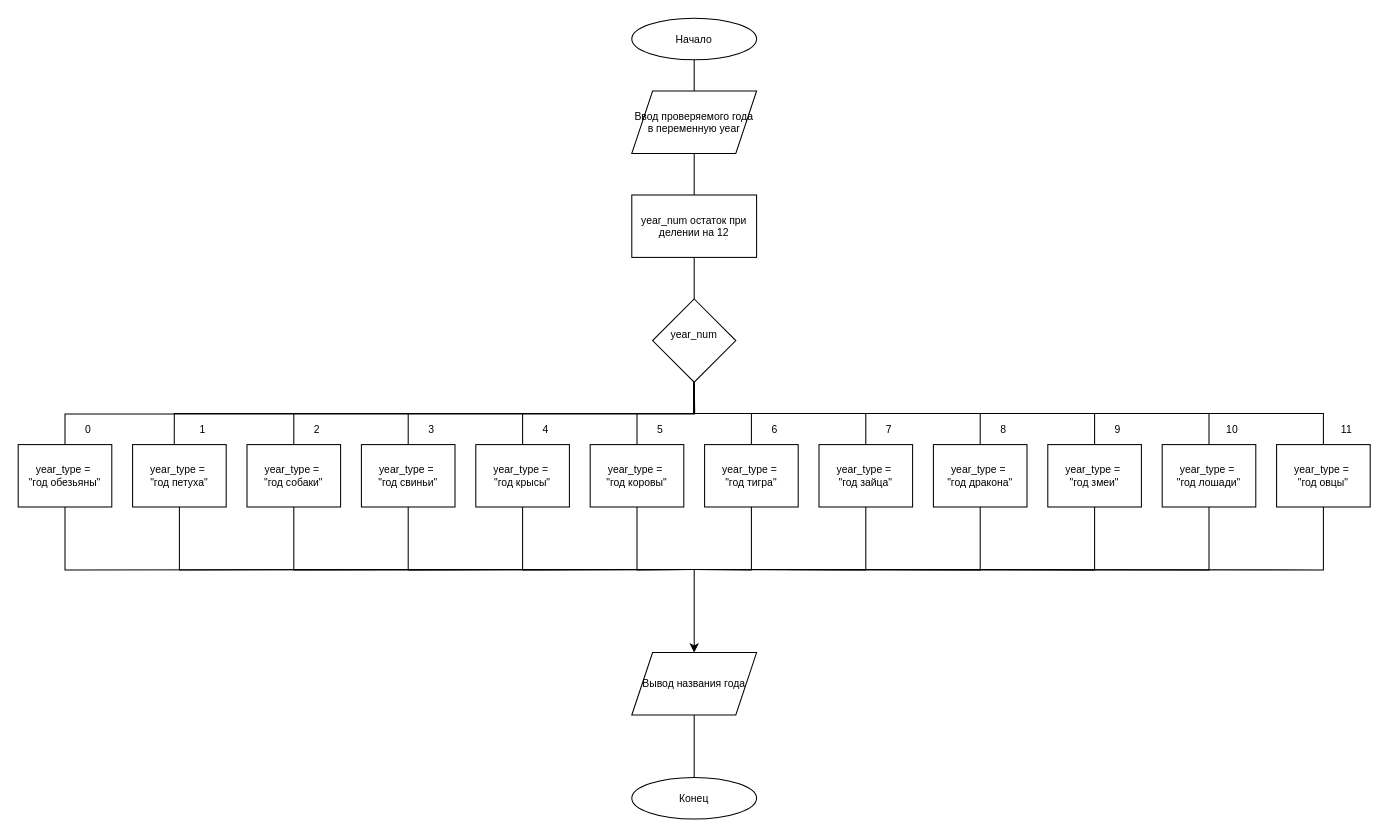
Before: second_task/Диаграмма второй задачи.drawio in konodop/Python_conditions, a draw.io diagram. Source tidied: cells renumbered, new cells numbered last; positions are measured from the earlier drawing's top-left corner, leaving out a move shared by most shapes. Both pictures are drawn from the tidied source at 104%, with x=0, y=0 at pixel (18, 18).
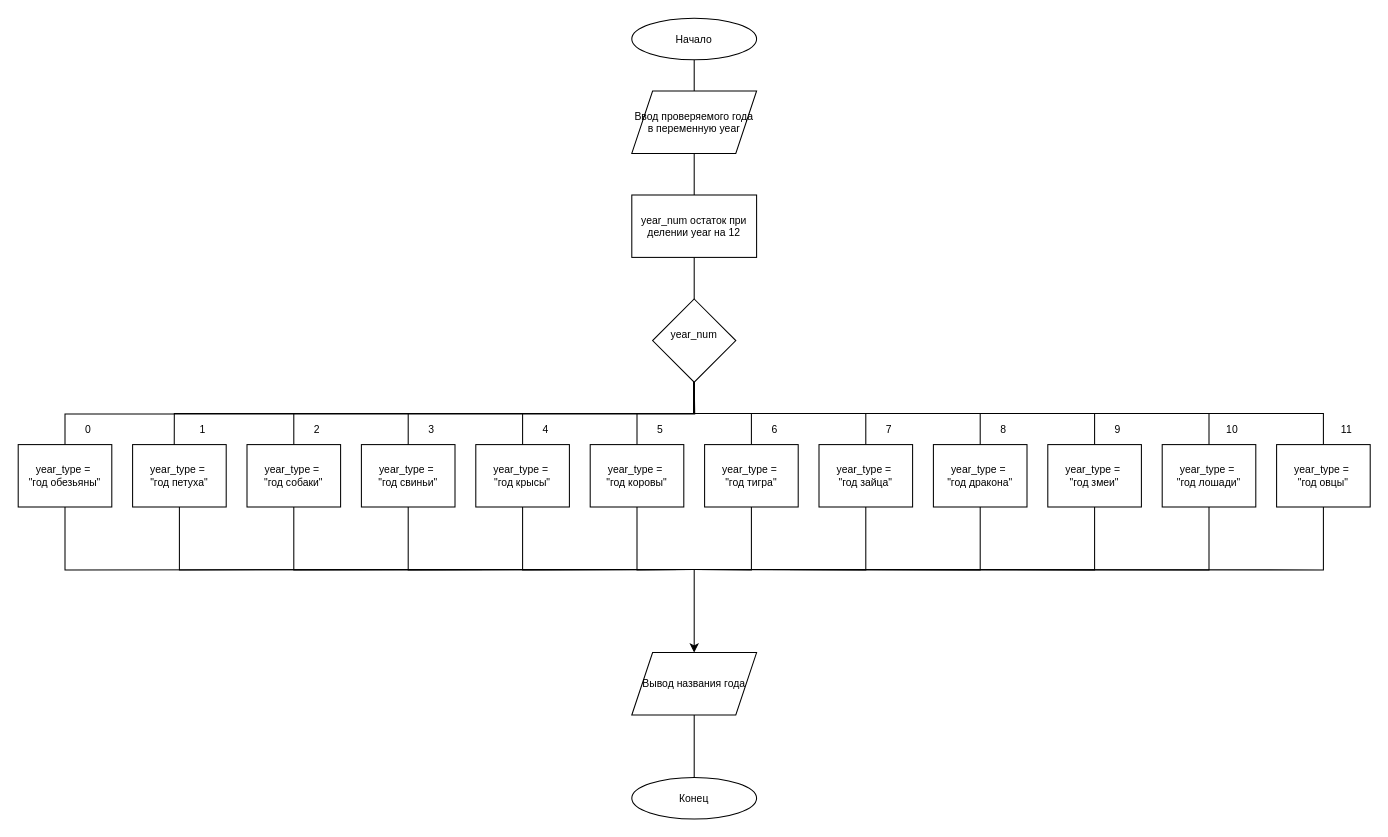
The same page after the edit.

Commit message (it also covers changes not shown here):
изменения второй задачи

Diff of the diagram source:
```diff
@@
-    <mxCell id="59" value="&lt;font&gt;year_num остаток при делении на 12&lt;/font&gt;" style="rounded=0;whiteSpace=wrap;html=1;fontSize=10;" parent="1" vertex="1">
+    <mxCell id="59" value="&lt;font&gt;year_num остаток при делении year на 12&lt;/font&gt;" style="rounded=0;whiteSpace=wrap;html=1;fontSize=10;" parent="1" vertex="1">
       <mxGeometry x="590" y="170" width="120" height="60" as="geometry" />
     </mxCell>
```
